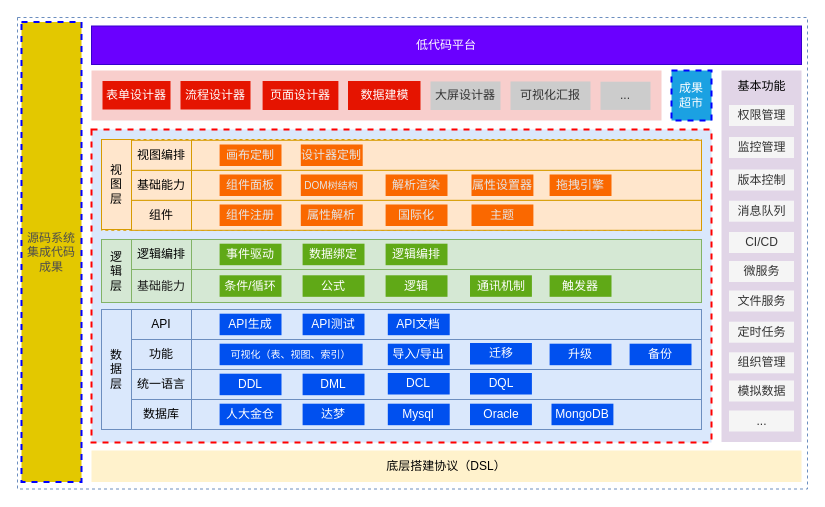
Above: 低代码—泳道图—研究内容.drawio in tangyaosimida/love (draw.io), before the change. Source tidied: cells renumbered, new cells numbered last; positions are measured from the earlier drawing's top-left corner, leaving out a move shared by most shapes. Both pictures are drawn from the tidied source at 100%, with x=0, y=0 at pixel (17, 17).
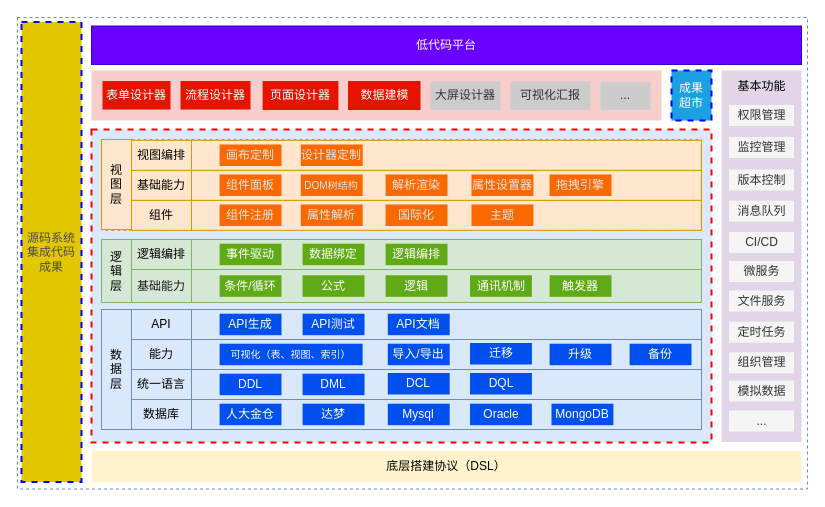
The same diagram, later.

Commit message:
更新低代码—泳道图—研究内容.drawio

What changed in the source:
```diff
@@
-    <mxCell id="39" value="功能" style="rounded=0;whiteSpace=wrap;html=1;fillColor=#dae8fc;strokeColor=#6c8ebf;" parent="1" vertex="1">
+    <mxCell id="39" value="能力" style="rounded=0;whiteSpace=wrap;html=1;fillColor=#dae8fc;strokeColor=#6c8ebf;" parent="1" vertex="1">
       <mxGeometry x="114" y="322" width="60" height="30" as="geometry" />
     </mxCell>
```
